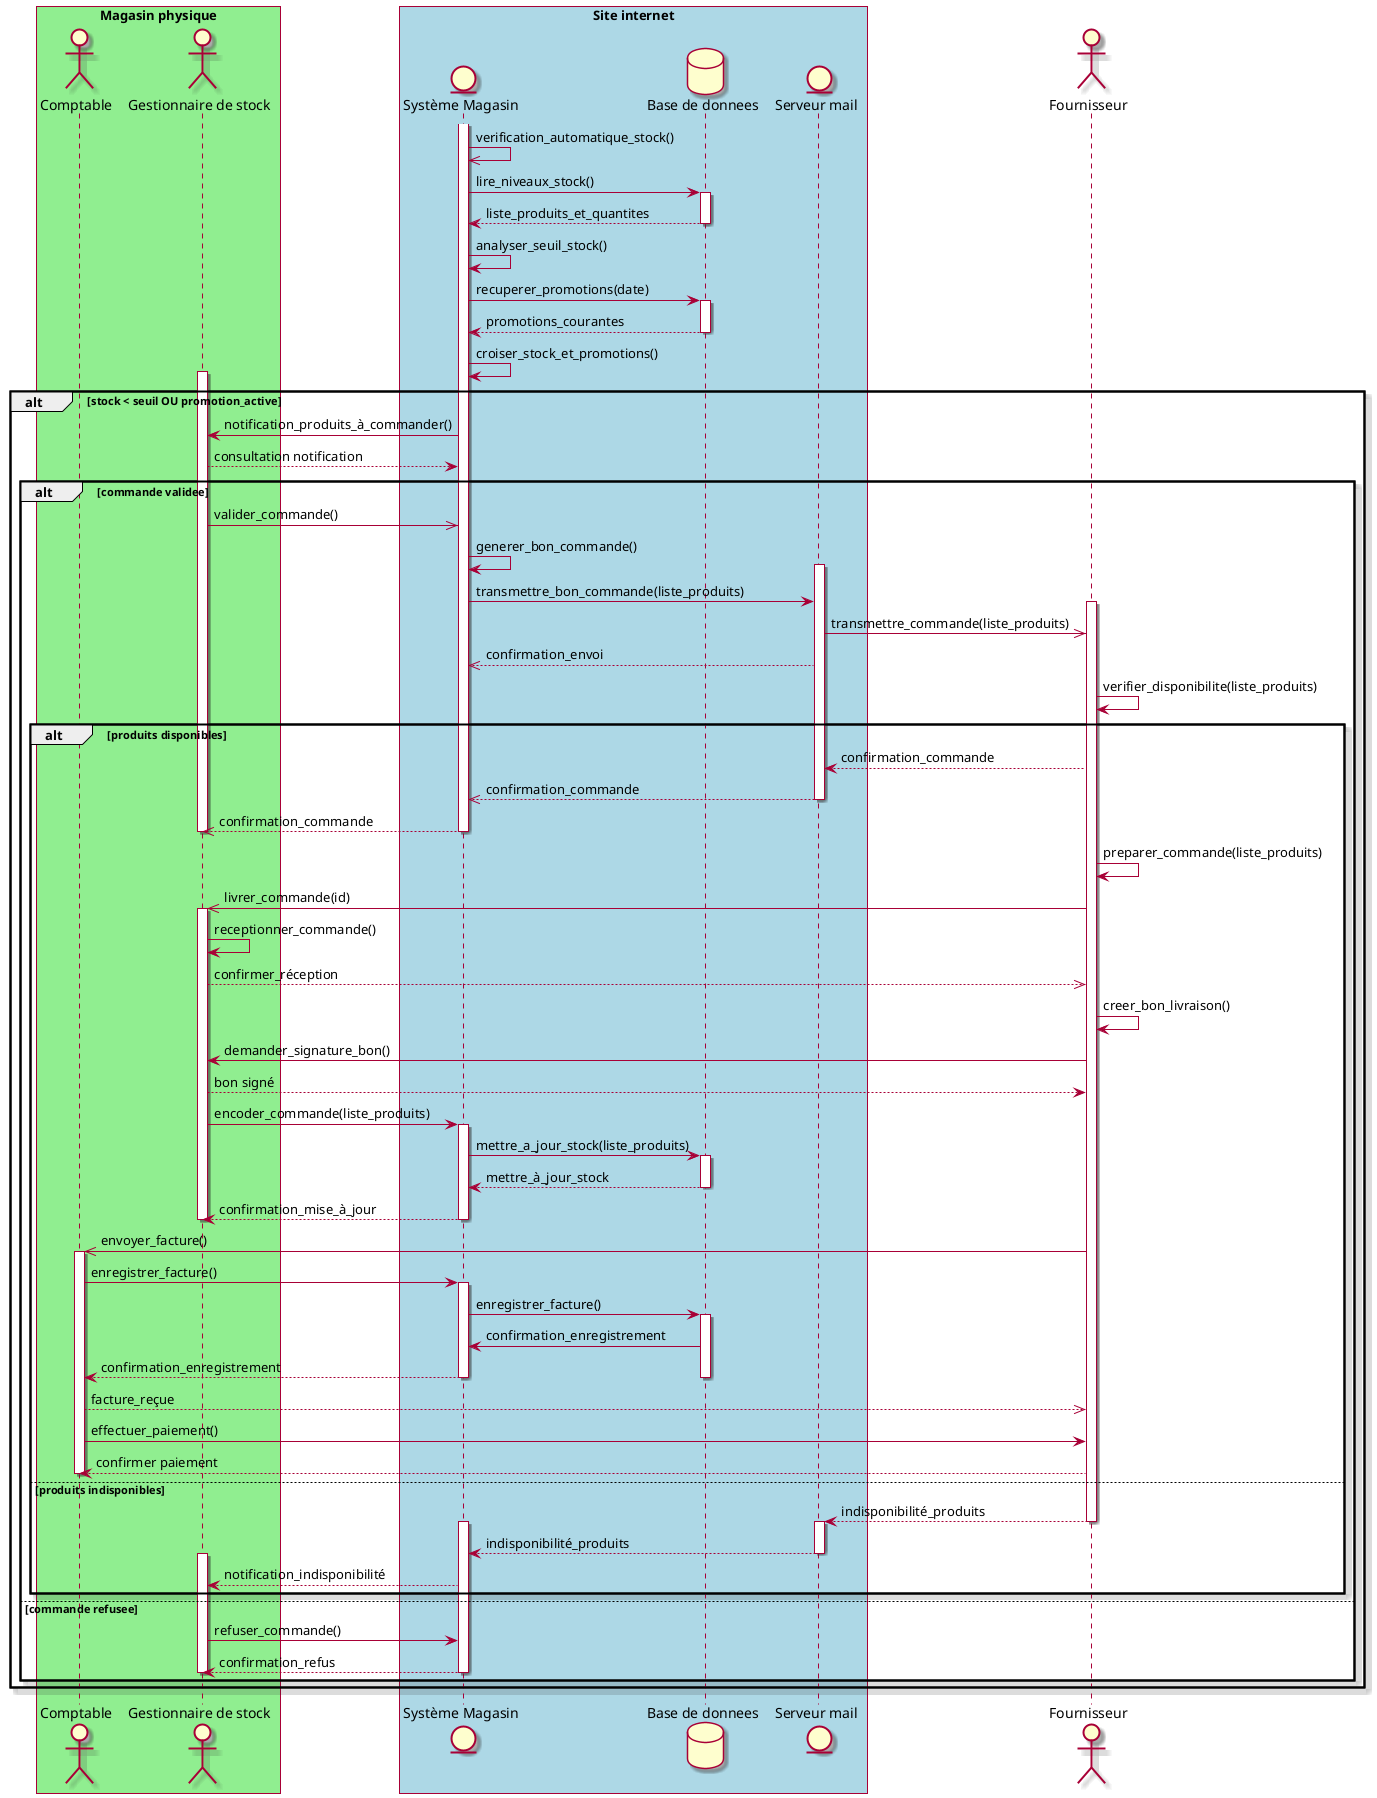
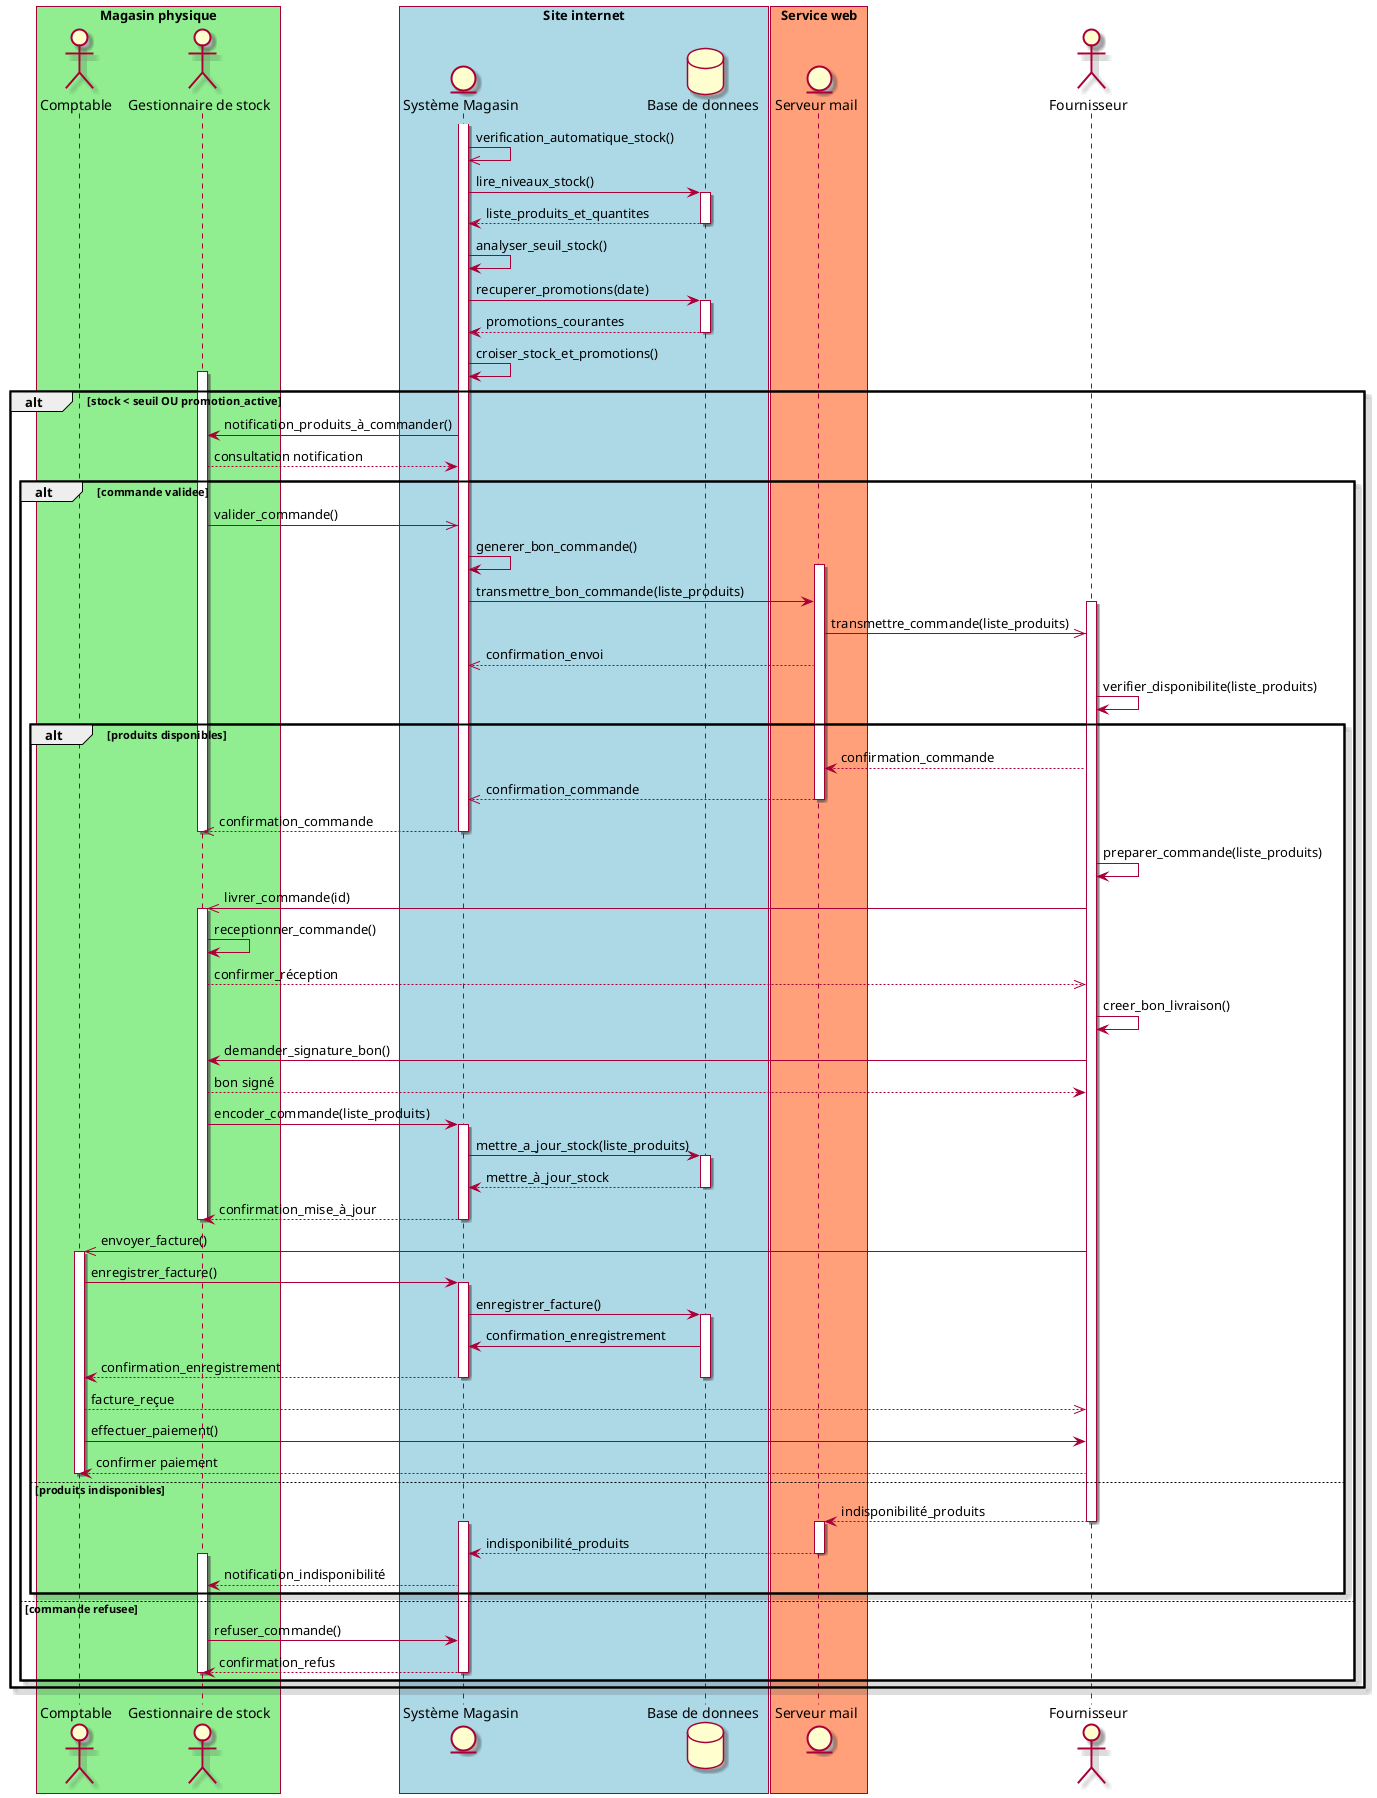
@startuml "Reapprovisionnement automatique"

skin rose
/'skinparam sequenceMessageAlign center'/

box "Magasin physique" #LightGreen
actor "Comptable" as comptable
actor "Gestionnaire de stock" as gestionnaire
end box

box "Site internet" #LightBlue
entity "Système Magasin" as systeme
database "Base de donnees" as bdd
+ end box
+ 
+ box "Service web" #LightSalmon
entity "Serveur mail" as mail
end box

actor "Fournisseur" as fournisseur

/' Verification des stocks '/
activate systeme
systeme ->> systeme : verification_automatique_stock()

systeme -> bdd : lire_niveaux_stock()

activate bdd
bdd --> systeme : liste_produits_et_quantites
deactivate bdd

systeme -> systeme : analyser_seuil_stock()
systeme -> bdd : recuperer_promotions(date)
activate bdd
bdd --> systeme : promotions_courantes
deactivate bdd
systeme -> systeme : croiser_stock_et_promotions()

alt stock < seuil OU promotion_active
    activate gestionnaire
    systeme -> gestionnaire : notification_produits_à_commander()
    gestionnaire --> systeme : consultation notification

    alt commande validee
        gestionnaire ->> systeme : valider_commande()

        systeme -> systeme : generer_bon_commande()
        activate mail
        systeme -> mail : transmettre_bon_commande(liste_produits)
        activate fournisseur
        mail ->> fournisseur : transmettre_commande(liste_produits)
        mail -->> systeme :  confirmation_envoi
        fournisseur -> fournisseur : verifier_disponibilite(liste_produits)

        alt produits disponibles
            fournisseur --> mail : confirmation_commande
            mail -->> systeme : confirmation_commande
            deactivate mail
            systeme -->> gestionnaire : confirmation_commande
            deactivate gestionnaire
            deactivate systeme

            fournisseur -> fournisseur : preparer_commande(liste_produits)
            fournisseur ->> gestionnaire : livrer_commande(id)
            activate gestionnaire

            gestionnaire -> gestionnaire : receptionner_commande()
            gestionnaire -->> fournisseur : confirmer_réception
            fournisseur -> fournisseur : creer_bon_livraison()
            fournisseur -> gestionnaire : demander_signature_bon()
            gestionnaire --> fournisseur : bon signé
            gestionnaire -> systeme : encoder_commande(liste_produits)
            activate systeme
            systeme -> bdd : mettre_a_jour_stock(liste_produits)

            activate bdd
            bdd --> systeme : mettre_à_jour_stock
            deactivate bdd
            systeme --> gestionnaire : confirmation_mise_à_jour
            deactivate systeme

            deactivate gestionnaire

            /'Facturation'/
            fournisseur ->> comptable : envoyer_facture()

            activate comptable
            comptable -> systeme : enregistrer_facture()
            activate systeme
            systeme -> bdd : enregistrer_facture()
            activate bdd
            bdd -> systeme : confirmation_enregistrement
            systeme --> comptable : confirmation_enregistrement
            deactivate bdd
            deactivate systeme

            comptable -->> fournisseur : facture_reçue
            comptable -> fournisseur : effectuer_paiement()
            fournisseur --> comptable : confirmer paiement
            deactivate comptable

        else produits indisponibles
            fournisseur --> mail : indisponibilité_produits
            deactivate fournisseur
            activate mail
            activate systeme
            mail --> systeme : indisponibilité_produits
            deactivate mail
            activate gestionnaire
            systeme --> gestionnaire : notification_indisponibilité
        end
    else commande refusee
        gestionnaire -> systeme : refuser_commande()
        systeme --> gestionnaire : confirmation_refus
        deactivate gestionnaire
        deactivate systeme
    end
end

@enduml